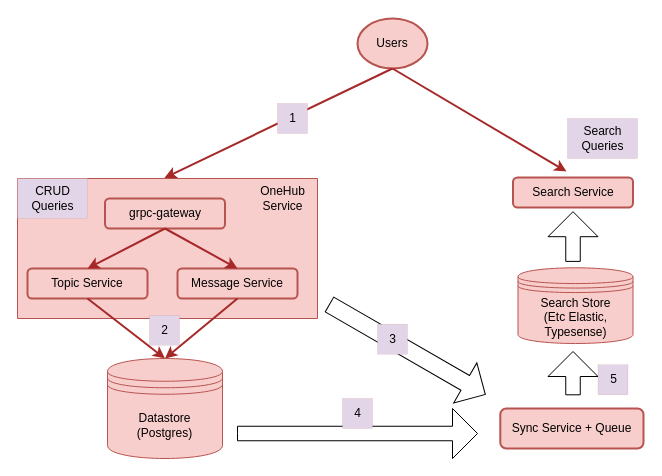
panyam/blog keeps this draw.io diagram as page "New Architecture" (2 of 2) of docs/Part9SearchPlatform.drawio. Above is the earlier version. Source tidied: cells renumbered, new cells numbered last; positions are measured from the earlier drawing's top-left corner, leaving out a move shared by most shapes. Both pictures are drawn from the tidied source at 100%, with x=0, y=0 at pixel (17, 18).
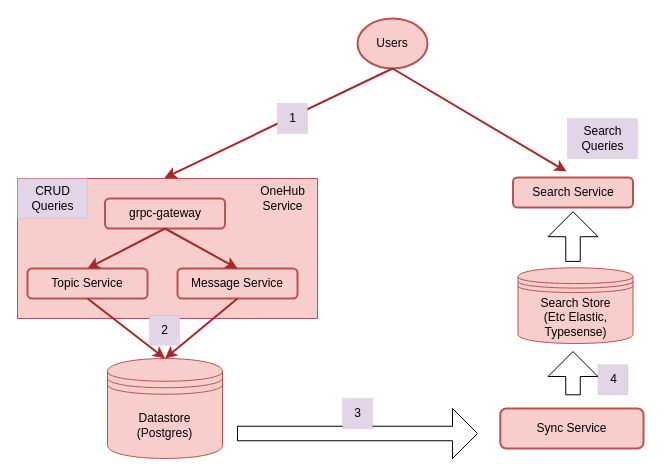
After the change.

What changed in the source:
```diff
@@
-    <mxCell id="18" value="Sync Service + Queue" style="rounded=1;whiteSpace=wrap;html=1;fillColor=#f8cecc;strokeColor=#b85450;strokeWidth=2;" parent="1" vertex="1">
+    <mxCell id="18" value="Sync Service" style="rounded=1;whiteSpace=wrap;html=1;fillColor=#f8cecc;strokeColor=#b85450;strokeWidth=2;" parent="1" vertex="1">
       <mxGeometry x="482.8" y="390" width="143.2" height="40" as="geometry" />
     </mxCell>
@@
-    <mxCell id="20" style="shape=singleArrow;whiteSpace=wrap;html=1;rotation=30;arrowWidth=0.3690961781858597;arrowSize=0.12881300923818217;" parent="1" vertex="1">
-      <mxGeometry x="299.9" y="307.9" width="180" height="46.2" as="geometry" />
-    </mxCell>
@@
-    <mxCell id="23" value="3" style="text;html=1;align=center;verticalAlign=middle;strokeColor=#A62828;fillColor=#e1d5e7;strokeWidth=0;" parent="1" vertex="1">
-      <mxGeometry x="360" y="305.7" width="30" height="30" as="geometry" />
-    </mxCell>
@@
-    <mxCell id="25" value="4" style="text;html=1;align=center;verticalAlign=middle;strokeColor=#A62828;fillColor=#e1d5e7;strokeWidth=0;" parent="1" vertex="1">
+    <mxCell id="25" value="3" style="text;html=1;align=center;verticalAlign=middle;strokeColor=#A62828;fillColor=#e1d5e7;strokeWidth=0;" parent="1" vertex="1">
       <mxGeometry x="325" y="380" width="30" height="30" as="geometry" />
     </mxCell>
-    <mxCell id="26" value="5" style="text;html=1;align=center;verticalAlign=middle;strokeColor=#A62828;fillColor=#e1d5e7;strokeWidth=0;" parent="1" vertex="1">
+    <mxCell id="26" value="4" style="text;html=1;align=center;verticalAlign=middle;strokeColor=#A62828;fillColor=#e1d5e7;strokeWidth=0;" parent="1" vertex="1">
       <mxGeometry x="580.5" y="346.3" width="30" height="30" as="geometry" />
     </mxCell>
```
